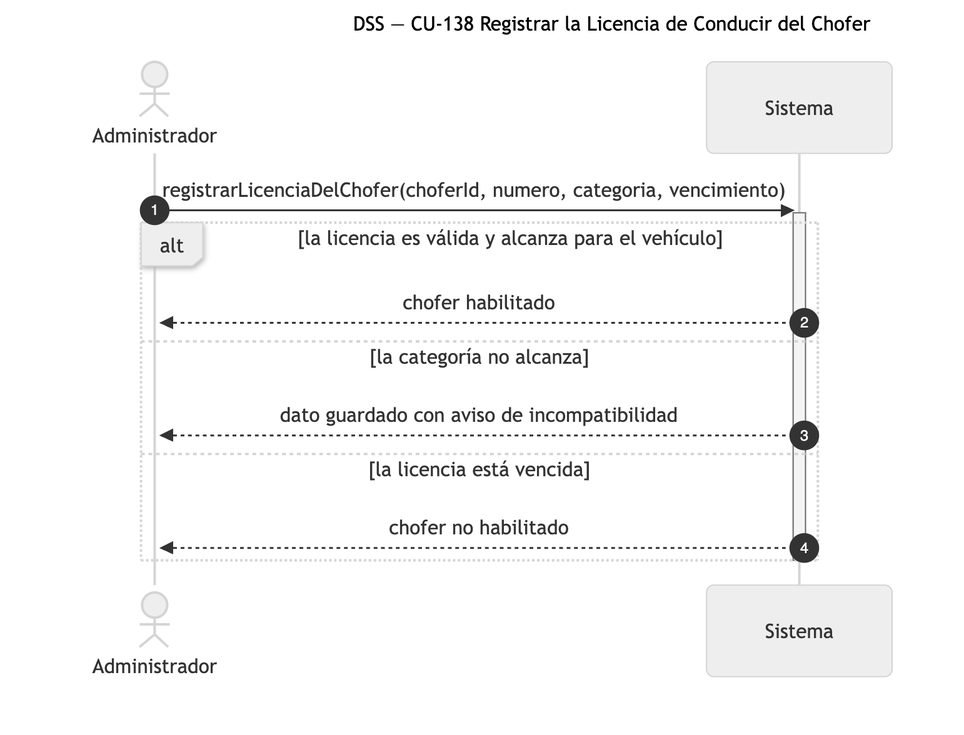
The Mermaid diagram diagramas/png/DSS_CU-138_Registrar-la-Licencia-de-Conducir-del-Chofer.png in Nahuelito-Dev/splg-docs, before a commit. Its source is kept beside it as diagramas/DSS_CU-138_Registrar-la-Licencia-de-Conducir-del-Chofer.mmd. Source of this version:
```mermaid
sequenceDiagram
    title DSS — CU-138 Registrar la Licencia de Conducir del Chofer
    autonumber
    actor ADM as Administrador
    participant SIS as Sistema

    ADM->>SIS: registrarLicenciaDelChofer(choferId, numero, categoria, vencimiento)
    activate SIS
    alt la licencia es válida y alcanza para el vehículo
        SIS-->>ADM: chofer habilitado
    else la categoría no alcanza
        SIS-->>ADM: dato guardado con aviso de incompatibilidad
    else la licencia está vencida
        SIS-->>ADM: chofer no habilitado
    end
    deactivate SIS
```
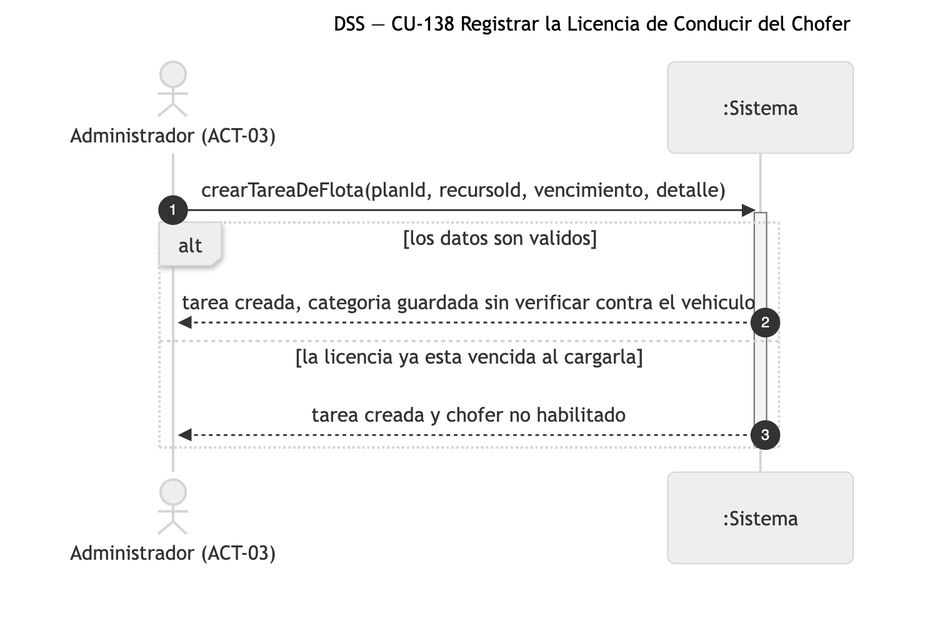
Above is the later version.

Diff of the diagram source:
```diff
@@ -1,16 +1,14 @@
 sequenceDiagram
     title DSS — CU-138 Registrar la Licencia de Conducir del Chofer
     autonumber
-    actor ADM as Administrador
-    participant SIS as Sistema
+    actor ADM as Administrador (ACT-03)
+    participant SIS as :Sistema
 
-    ADM->>SIS: registrarLicenciaDelChofer(choferId, numero, categoria, vencimiento)
+    ADM->>SIS: crearTareaDeFlota(planId, recursoId, vencimiento, detalle)
     activate SIS
-    alt la licencia es válida y alcanza para el vehículo
-        SIS-->>ADM: chofer habilitado
-    else la categoría no alcanza
-        SIS-->>ADM: dato guardado con aviso de incompatibilidad
-    else la licencia está vencida
-        SIS-->>ADM: chofer no habilitado
+    alt los datos son validos
+        SIS-->>ADM: tarea creada, categoria guardada sin verificar contra el vehiculo
+    else la licencia ya esta vencida al cargarla
+        SIS-->>ADM: tarea creada y chofer no habilitado
     end
     deactivate SIS
```
